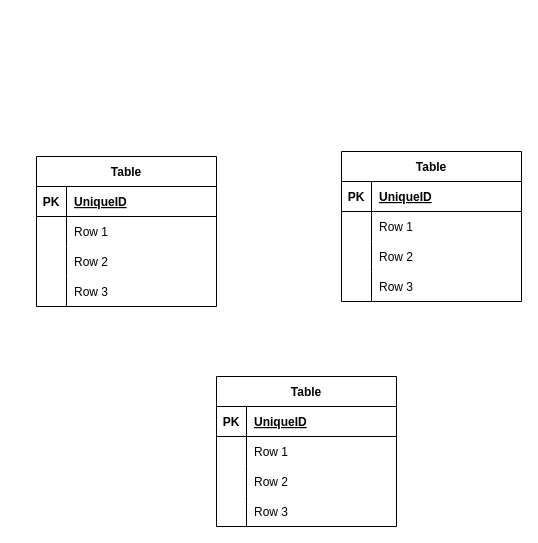
Earlier version of the draw.io diagram Untitled Diagram.drawio (dkhanhn/PortfolioProjects-DataEngineer). Source tidied: cells renumbered, new cells numbered last; positions are measured from the earlier drawing's top-left corner, leaving out a move shared by most shapes. Both pictures are drawn from the tidied source at 100%, with x=0, y=0 at pixel (36, 151).
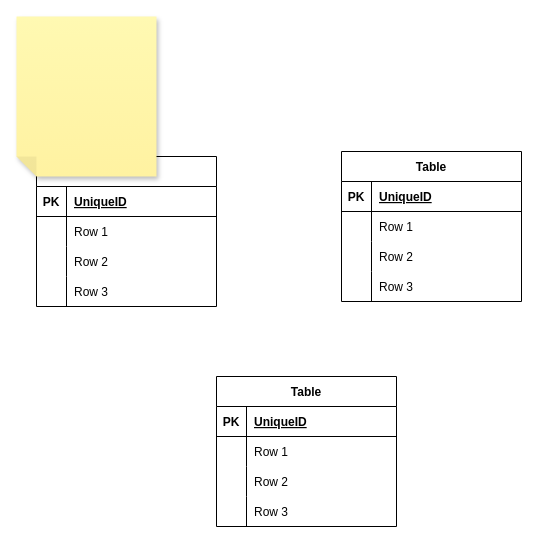
Above is the later version.

Commit message (it also covers changes not shown here):
population data model.drawio

What changed in the source:
```diff
@@
+    <mxCell id="41" style="shape=note;whiteSpace=wrap;html=1;backgroundOutline=1;fontColor=#000000;darkOpacity=0.05;fillColor=#FFF9B2;strokeColor=none;fillStyle=solid;direction=west;gradientDirection=north;gradientColor=#FFF2A1;shadow=1;size=20;" parent="1" vertex="1">
+      <mxGeometry x="-20" y="-135" width="140" height="160" as="geometry" />
+    </mxCell>
```
